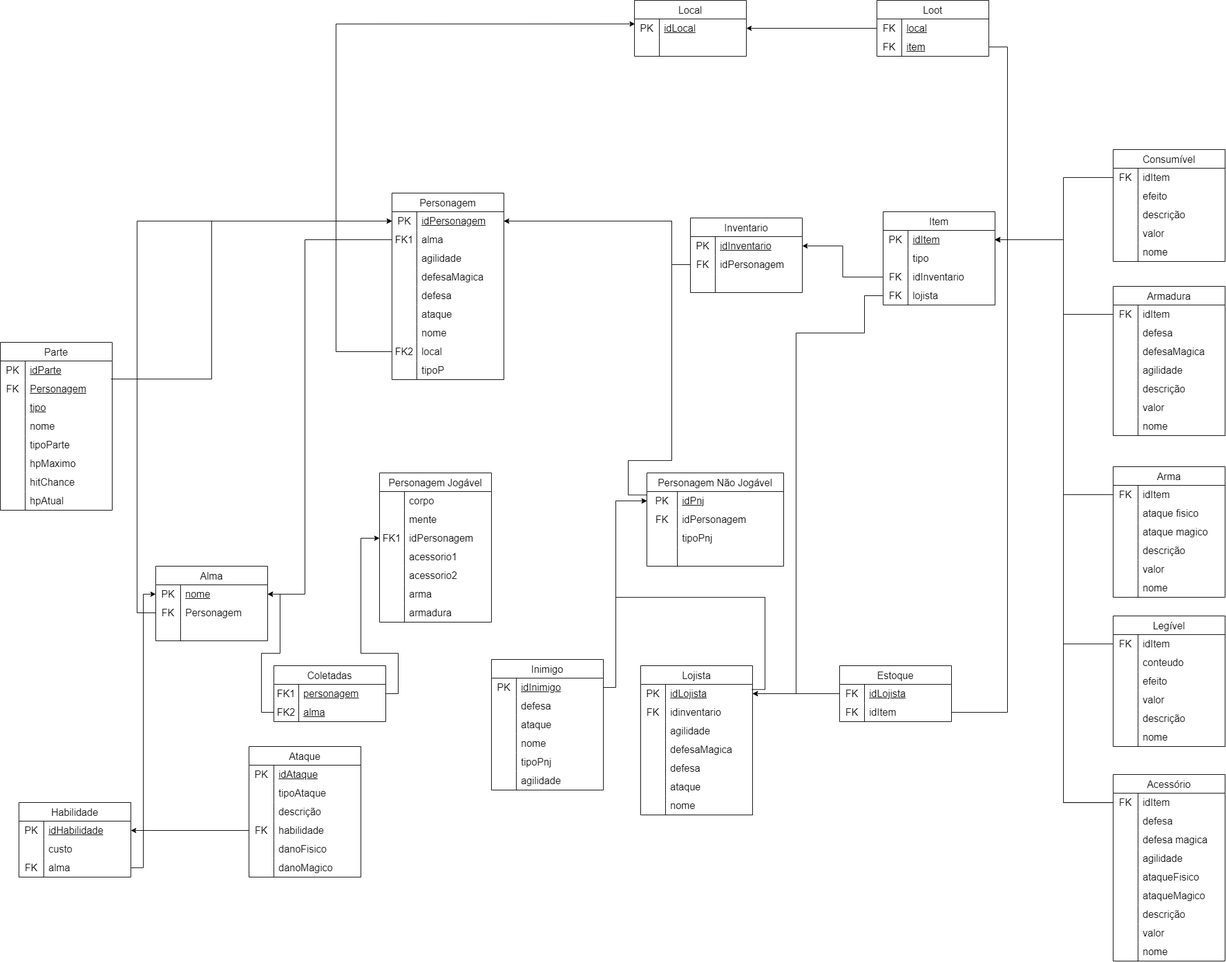
This is docs/modulo_01/assets/MREL.drawio.png from SBD1/2023.2_Fear_and_Hunger, a draw.io export, as it was before one commit. Source tidied: cells renumbered, new cells last; positions are measured from the earlier drawing's top-left corner, leaving out a move shared by most shapes.
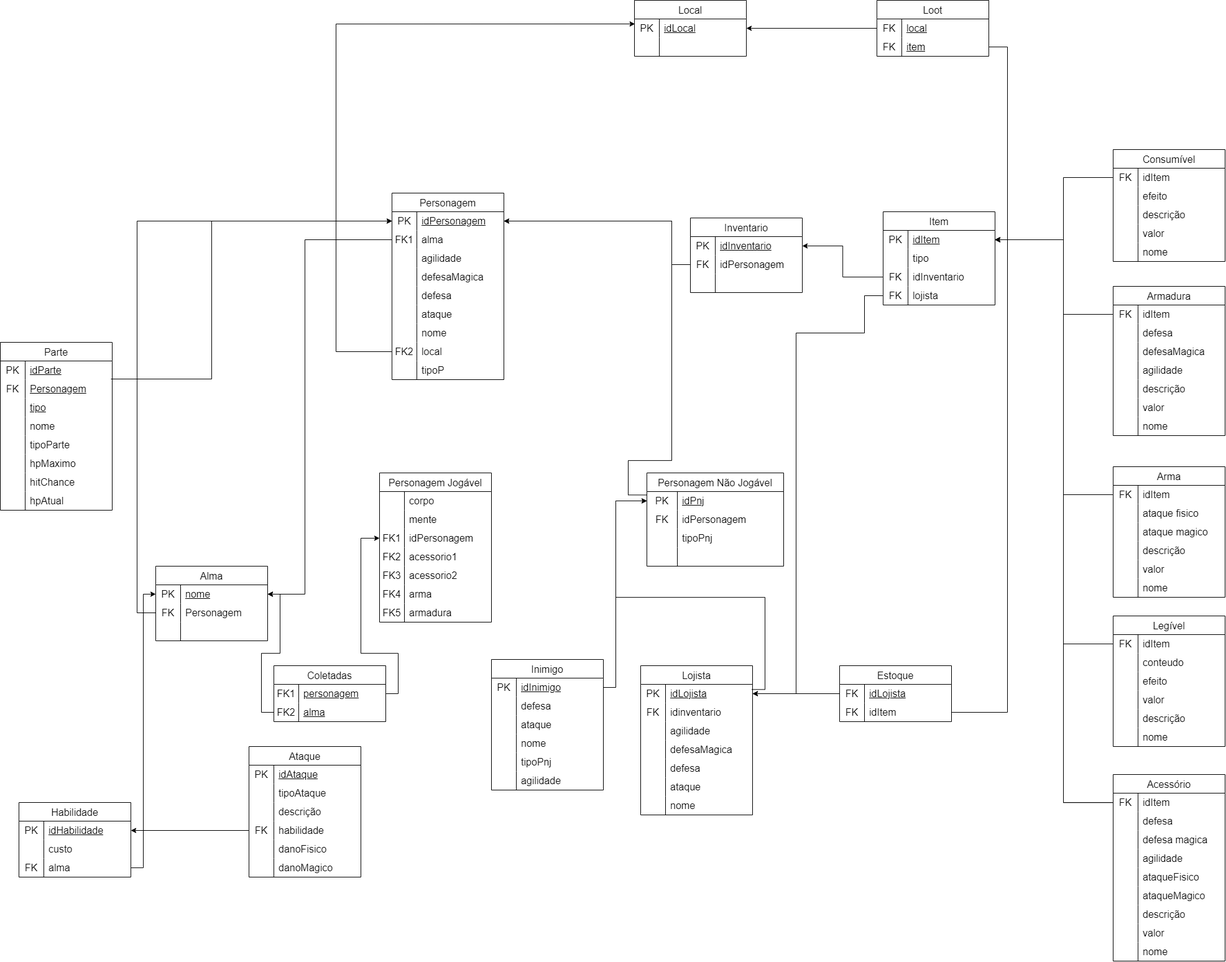
Later version of the same file.

Commit message:
feat: Update wiki with new image to mrel

Change to the diagram source:
```diff
@@ -84,7 +84,7 @@
     <mxCell id="26" style="shape=tableRow;horizontal=0;startSize=0;swimlaneHead=0;swimlaneBody=0;top=0;left=0;bottom=0;right=0;fillColor=none;strokeColor=inherit;fontSize=16;" parent="16" vertex="1">
       <mxGeometry y="120" width="180" height="30" as="geometry" />
     </mxCell>
-    <mxCell id="27" style="shape=partialRectangle;html=1;whiteSpace=wrap;fillColor=none;top=0;left=0;bottom=0;right=0;overflow=hidden;strokeColor=inherit;fontSize=16;" parent="26" vertex="1">
+    <mxCell id="27" value="FK2" style="shape=partialRectangle;html=1;whiteSpace=wrap;fillColor=none;top=0;left=0;bottom=0;right=0;overflow=hidden;strokeColor=inherit;fontSize=16;" parent="26" vertex="1">
       <mxGeometry width="40" height="30" as="geometry" />
     </mxCell>
     <mxCell id="28" value="acessorio1" style="shape=partialRectangle;html=1;whiteSpace=wrap;fillColor=none;top=0;left=0;bottom=0;right=0;align=left;spacingLeft=6;overflow=hidden;strokeColor=inherit;fontSize=16;" parent="26" vertex="1">
@@ -93,7 +93,7 @@
     <mxCell id="29" style="shape=tableRow;horizontal=0;startSize=0;swimlaneHead=0;swimlaneBody=0;top=0;left=0;bottom=0;right=0;fillColor=none;strokeColor=inherit;fontSize=16;" parent="16" vertex="1">
       <mxGeometry y="150" width="180" height="30" as="geometry" />
     </mxCell>
-    <mxCell id="30" style="shape=partialRectangle;html=1;whiteSpace=wrap;fillColor=none;top=0;left=0;bottom=0;right=0;overflow=hidden;strokeColor=inherit;fontSize=16;" parent="29" vertex="1">
+    <mxCell id="30" value="FK3" style="shape=partialRectangle;html=1;whiteSpace=wrap;fillColor=none;top=0;left=0;bottom=0;right=0;overflow=hidden;strokeColor=inherit;fontSize=16;" parent="29" vertex="1">
       <mxGeometry width="40" height="30" as="geometry" />
     </mxCell>
     <mxCell id="31" value="acessorio2" style="shape=partialRectangle;html=1;whiteSpace=wrap;fillColor=none;top=0;left=0;bottom=0;right=0;align=left;spacingLeft=6;overflow=hidden;strokeColor=inherit;fontSize=16;" parent="29" vertex="1">
@@ -102,7 +102,7 @@
     <mxCell id="32" style="shape=tableRow;horizontal=0;startSize=0;swimlaneHead=0;swimlaneBody=0;top=0;left=0;bottom=0;right=0;fillColor=none;strokeColor=inherit;fontSize=16;" parent="16" vertex="1">
       <mxGeometry y="180" width="180" height="30" as="geometry" />
     </mxCell>
-    <mxCell id="33" style="shape=partialRectangle;html=1;whiteSpace=wrap;fillColor=none;top=0;left=0;bottom=0;right=0;overflow=hidden;strokeColor=inherit;fontSize=16;" parent="32" vertex="1">
+    <mxCell id="33" value="FK4" style="shape=partialRectangle;html=1;whiteSpace=wrap;fillColor=none;top=0;left=0;bottom=0;right=0;overflow=hidden;strokeColor=inherit;fontSize=16;" parent="32" vertex="1">
       <mxGeometry width="40" height="30" as="geometry" />
     </mxCell>
     <mxCell id="34" value="arma" style="shape=partialRectangle;html=1;whiteSpace=wrap;fillColor=none;top=0;left=0;bottom=0;right=0;align=left;spacingLeft=6;overflow=hidden;strokeColor=inherit;fontSize=16;" parent="32" vertex="1">
@@ -111,7 +111,7 @@
     <mxCell id="35" style="shape=tableRow;horizontal=0;startSize=0;swimlaneHead=0;swimlaneBody=0;top=0;left=0;bottom=0;right=0;fillColor=none;strokeColor=inherit;fontSize=16;" parent="16" vertex="1">
       <mxGeometry y="210" width="180" height="30" as="geometry" />
     </mxCell>
-    <mxCell id="36" style="shape=partialRectangle;html=1;whiteSpace=wrap;fillColor=none;top=0;left=0;bottom=0;right=0;overflow=hidden;strokeColor=inherit;fontSize=16;" parent="35" vertex="1">
+    <mxCell id="36" value="FK5" style="shape=partialRectangle;html=1;whiteSpace=wrap;fillColor=none;top=0;left=0;bottom=0;right=0;overflow=hidden;strokeColor=inherit;fontSize=16;" parent="35" vertex="1">
       <mxGeometry width="40" height="30" as="geometry" />
     </mxCell>
     <mxCell id="37" value="armadura" style="shape=partialRectangle;html=1;whiteSpace=wrap;fillColor=none;top=0;left=0;bottom=0;right=0;align=left;spacingLeft=6;overflow=hidden;strokeColor=inherit;fontSize=16;" parent="35" vertex="1">
```
